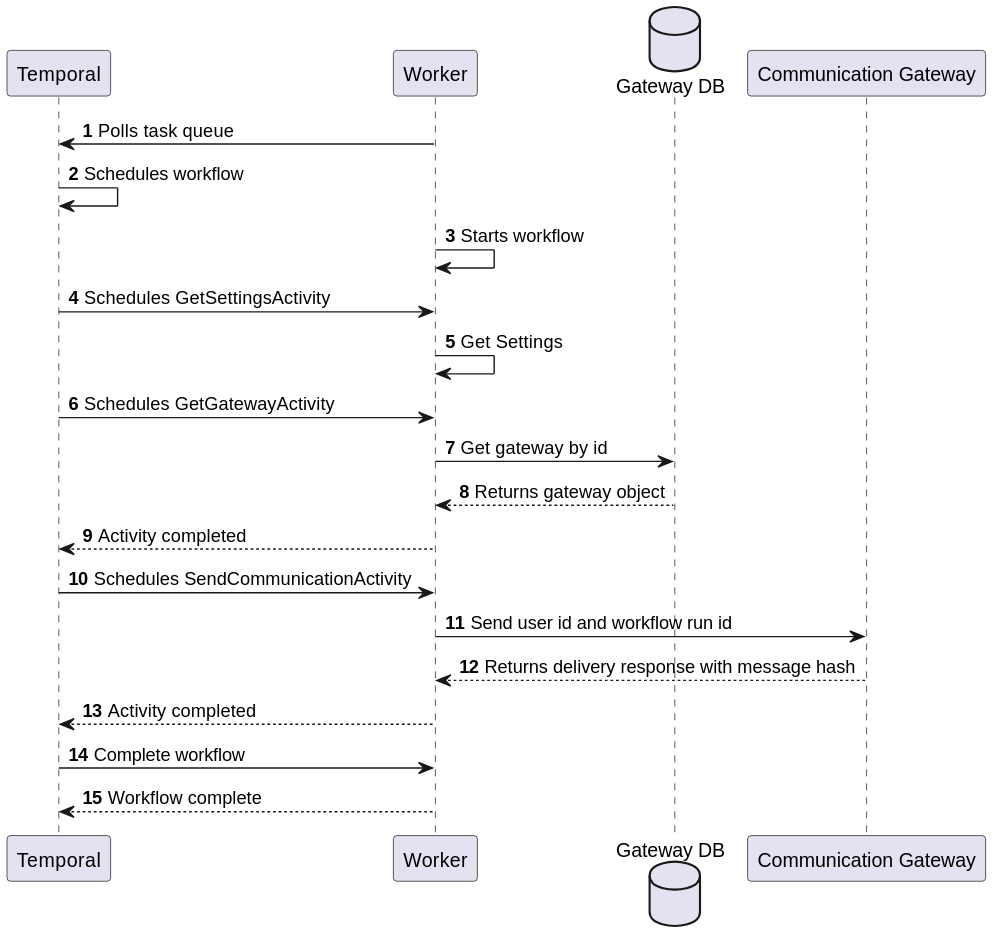
Earlier version of the PlantUML export Designs/Images/Sequence Diagrams/SendCommunication.svg (CameronWard301/communication_scheduler). Source of this version:
```plantuml
@startuml
participant "Temporal" as temporal
participant "Worker" as worker
database "Gateway DB" as gwdb

participant "Communication Gateway" as cgw

autonumber

worker -> temporal: Polls task queue
temporal -> temporal: Schedules workflow
worker -> worker: Starts workflow
temporal -> worker: Schedules GetSettingsActivity
worker -> worker: Get Settings

temporal -> worker: Schedules GetGatewayActivity
worker -> gwdb: Get gateway by id
gwdb --> worker: Returns gateway object
worker --> temporal: Activity completed
temporal -> worker: Schedules SendCommunicationActivity
worker -> cgw: Send user id and workflow run id
cgw --> worker: Returns delivery response with message hash
worker --> temporal: Activity completed
temporal -> worker: Complete workflow
worker --> temporal: Workflow complete
@enduml
```
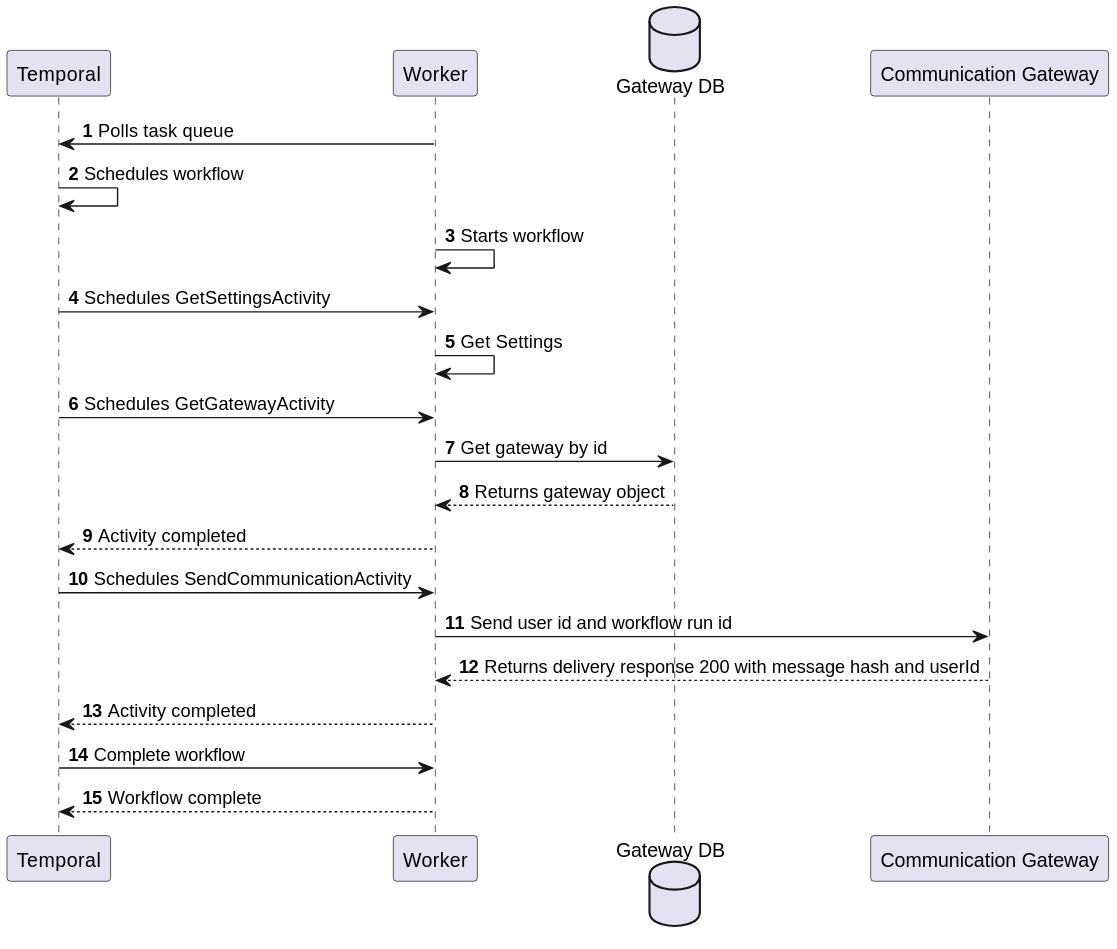
After the change.

The edit, as a diff of the source:
```diff
@@ -19,7 +19,7 @@
 worker --> temporal: Activity completed
 temporal -> worker: Schedules SendCommunicationActivity
 worker -> cgw: Send user id and workflow run id
-cgw --> worker: Returns delivery response with message hash
+cgw --> worker: Returns delivery response 200 with message hash and userId
 worker --> temporal: Activity completed
 temporal -> worker: Complete workflow
 worker --> temporal: Workflow complete
```
